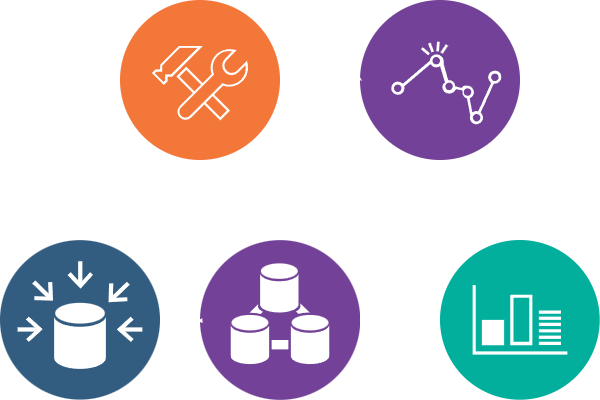
Above: BI/Project_BI/Diagrams/BI_DataArch.png in vmbayona/Ares (draw.io), before the change. Source tidied: cells renumbered, new cells last; positions are measured from the earlier drawing's top-left corner, leaving out a move shared by most shapes.
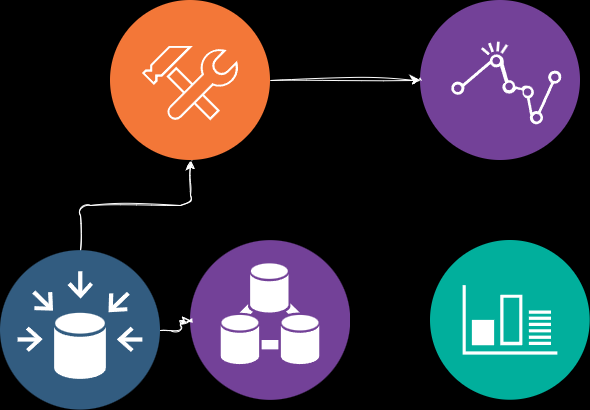
The same diagram one commit later.

The edit, as a diff of the source:
```diff
@@ -1,4 +1,4 @@
-<mxGraphModel background="#ffffff">
+<mxGraphModel background="#000000">
   <root>
     <mxCell id="0" />
     <mxCell id="1" parent="0" />
@@ -6,7 +6,7 @@
       <mxGeometry x="200" y="240" width="160" height="160" as="geometry" />
     </mxCell>
     <mxCell id="3" style="image;perimeter=ellipsePerimeter;html=1;align=center;shadow=0;dashed=0;fontColor=#4277BB;labelBackgroundColor=default;fontSize=12;spacingTop=3;image=img/lib/ibm/analytics/analytics.svg;sketch=1;curveFitting=1;jiggle=2;rounded=1;" parent="1" vertex="1">
-      <mxGeometry x="360" width="160" height="160" as="geometry" />
+      <mxGeometry x="430" width="160" height="160" as="geometry" />
     </mxCell>
     <mxCell id="4" style="edgeStyle=orthogonalEdgeStyle;rounded=1;sketch=1;hachureGap=4;jiggle=2;curveFitting=1;jettySize=auto;html=1;fontFamily=Architects Daughter;fontSource=https%3A%2F%2Ffonts.googleapis.com%2Fcss%3Ffamily%3DArchitects%2BDaughter;fontSize=16;strokeColor=#FFFFFF;" parent="1" edge="1" source="6" target="2">
       <mxGeometry relative="1" as="geometry" />
@@ -15,7 +15,7 @@
       <mxGeometry relative="1" as="geometry" />
     </mxCell>
     <mxCell id="6" style="image;perimeter=ellipsePerimeter;html=1;align=center;shadow=0;dashed=0;fontColor=#4277BB;labelBackgroundColor=default;fontSize=12;spacingTop=3;image=img/lib/ibm/data/data_sources.svg;sketch=1;curveFitting=1;jiggle=2;rounded=1;" parent="1" vertex="1">
-      <mxGeometry y="240" width="160" height="160" as="geometry" />
+      <mxGeometry x="10" y="250" width="160" height="160" as="geometry" />
     </mxCell>
     <mxCell id="7" style="image;perimeter=ellipsePerimeter;html=1;align=center;shadow=0;dashed=0;fontColor=#4277BB;labelBackgroundColor=default;fontSize=12;spacingTop=3;image=img/lib/ibm/management/monitoring_metrics.svg;sketch=1;curveFitting=1;jiggle=2;rounded=1;" parent="1" vertex="1">
       <mxGeometry x="440" y="240" width="160" height="160" as="geometry" />
```
